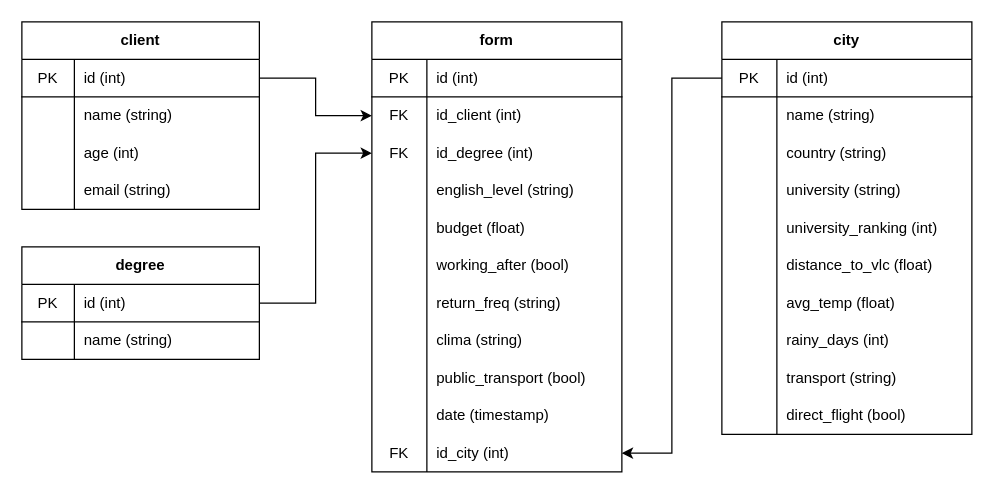
viasmo1/edem-mda-DP1-wake keeps this draw.io diagram as WakeTeam_db.drawio. Above is the earlier version. Source tidied: cells renumbered, new cells numbered last; positions are measured from the earlier drawing's top-left corner, leaving out a move shared by most shapes. Both pictures are drawn from the tidied source at 125%, with x=0, y=0 at pixel (21, 21).
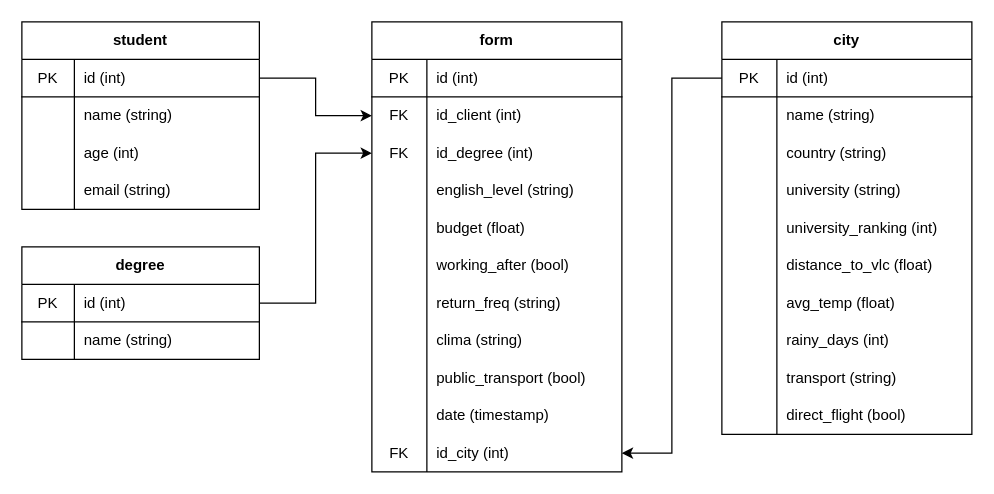
The same page after the edit.

Diff of the diagram source:
```diff
@@
-    <mxCell id="2" value="client" style="shape=table;html=1;whiteSpace=wrap;startSize=30;childLayout=tableLayout;rowLines=0;fontStyle=1;align=center;" parent="1" vertex="1">
+    <mxCell id="2" value="student" style="shape=table;html=1;whiteSpace=wrap;startSize=30;childLayout=tableLayout;rowLines=0;fontStyle=1;align=center;" parent="1" vertex="1">
       <mxGeometry width="190" height="150" as="geometry" />
     </mxCell>
```
